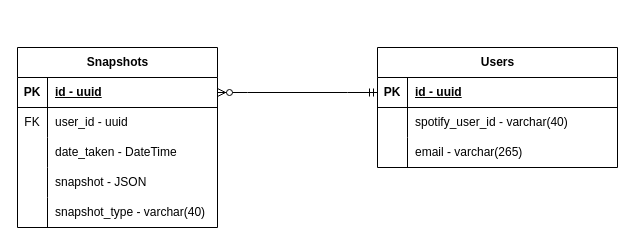
Before: page "Database design" (3 of 3) of documentation/diagrams.drawio in S3-Software-IP/monorepo, a draw.io diagram. Source tidied: cells renumbered, new cells numbered last; positions are measured from the earlier drawing's top-left corner, leaving out a move shared by most shapes. Both pictures are drawn from the tidied source at 100%, with x=0, y=0 at pixel (17, 47).
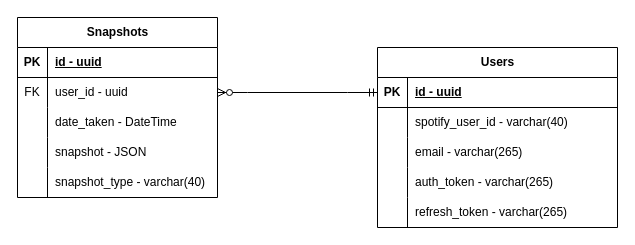
The same diagram, later.

Unchanged cells that the change refers to:
```xml
<mxCell id="3" style="shape=tableRow;horizontal=0;startSize=0;swimlaneHead=0;swimlaneBody=0;fillColor=none;points=[[0,0.5],[1,0.5]];portConstraint=eastwest;top=0;left=0;right=0;bottom=1;" parent="2" vertex="1">
  <mxGeometry y="30" width="240" height="30" as="geometry" />
</mxCell>
<mxCell id="13" style="shape=tableRow;horizontal=0;startSize=0;swimlaneHead=0;swimlaneBody=0;fillColor=none;points=[[0,0.5],[1,0.5]];portConstraint=eastwest;top=0;left=0;right=0;bottom=1;" parent="12" vertex="1">
  <mxGeometry y="30" width="200" height="30" as="geometry" />
</mxCell>
<mxCell id="16" style="shape=tableRow;horizontal=0;startSize=0;swimlaneHead=0;swimlaneBody=0;fillColor=none;points=[[0,0.5],[1,0.5]];portConstraint=eastwest;top=0;left=0;right=0;bottom=0;" parent="12" vertex="1">
  <mxGeometry y="60" width="200" height="30" as="geometry" />
</mxCell>
```

The edit, as a diff of the source:
```diff
@@
     <mxCell id="2" value="Users" style="shape=table;startSize=30;childLayout=tableLayout;rowLines=0;fontStyle=1;align=center;html=1;" parent="1" vertex="1">
-      <mxGeometry x="360" width="240" height="120" as="geometry" />
+      <mxGeometry x="360" width="240" height="180" as="geometry" />
     </mxCell>
@@
+    <mxCell id="29" style="shape=tableRow;horizontal=0;startSize=0;swimlaneHead=0;swimlaneBody=0;fillColor=none;top=0;left=0;right=0;bottom=0;" parent="2" vertex="1">
+      <mxGeometry y="120" width="240" height="30" as="geometry" />
+    </mxCell>
+    <mxCell id="30" style="shape=partialRectangle;fillColor=none;top=0;left=0;bottom=0;right=0;overflow=hidden;whiteSpace=wrap;html=1;" parent="29" vertex="1">
+      <mxGeometry width="30" height="30" as="geometry" />
+    </mxCell>
+    <mxCell id="31" value="auth_token - varchar(265)" style="shape=partialRectangle;fillColor=none;top=0;left=0;bottom=0;right=0;align=left;spacingLeft=6;overflow=hidden;whiteSpace=wrap;html=1;" parent="29" vertex="1">
+      <mxGeometry x="30" width="210" height="30" as="geometry" />
+    </mxCell>
+    <mxCell id="32" style="shape=tableRow;horizontal=0;startSize=0;swimlaneHead=0;swimlaneBody=0;fillColor=none;top=0;left=0;right=0;bottom=0;" parent="2" vertex="1">
+      <mxGeometry y="150" width="240" height="30" as="geometry" />
+    </mxCell>
+    <mxCell id="33" style="shape=partialRectangle;fillColor=none;top=0;left=0;bottom=0;right=0;overflow=hidden;whiteSpace=wrap;html=1;" parent="32" vertex="1">
+      <mxGeometry width="30" height="30" as="geometry" />
+    </mxCell>
+    <mxCell id="34" value="refresh_token - varchar(265)" style="shape=partialRectangle;fillColor=none;top=0;left=0;bottom=0;right=0;align=left;spacingLeft=6;overflow=hidden;whiteSpace=wrap;html=1;" parent="32" vertex="1">
+      <mxGeometry x="30" width="210" height="30" as="geometry" />
+    </mxCell>
     <mxCell id="12" value="Snapshots" style="shape=table;startSize=30;childLayout=tableLayout;rowLines=0;fontStyle=1;align=center;html=1;" parent="1" vertex="1">
-      <mxGeometry width="200" height="180" as="geometry" />
+      <mxGeometry y="-30" width="200" height="180" as="geometry" />
     </mxCell>
@@
-    <mxCell id="28" style="edgeStyle=entityRelationEdgeStyle;fontSize=12;html=1;endArrow=ERzeroToMany;startArrow=ERmandOne;rounded=0;" parent="1" edge="1" source="3" target="13">
+    <mxCell id="28" style="edgeStyle=entityRelationEdgeStyle;fontSize=12;html=1;endArrow=ERzeroToMany;startArrow=ERmandOne;rounded=0;" parent="1" edge="1" source="3" target="16">
       <mxGeometry relative="1" as="geometry" />
     </mxCell>
```
